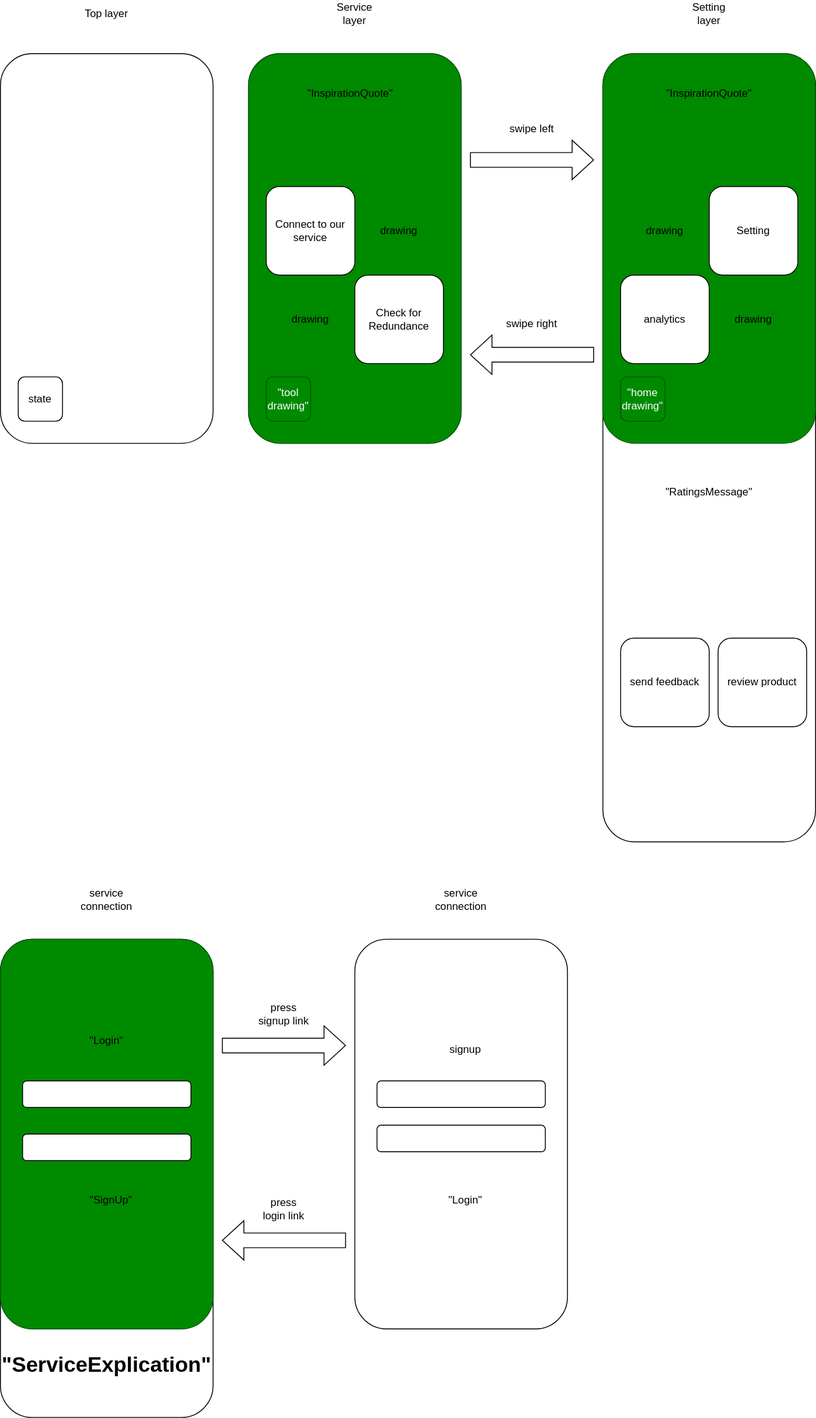
This is RoughDraftFrontend.drawio.svg from MAUI-SI-IOS/Dupe, a draw.io export, as it was before one commit. Source tidied: cells renumbered, new cells last; positions are measured from the earlier drawing's top-left corner, leaving out a move shared by most shapes.
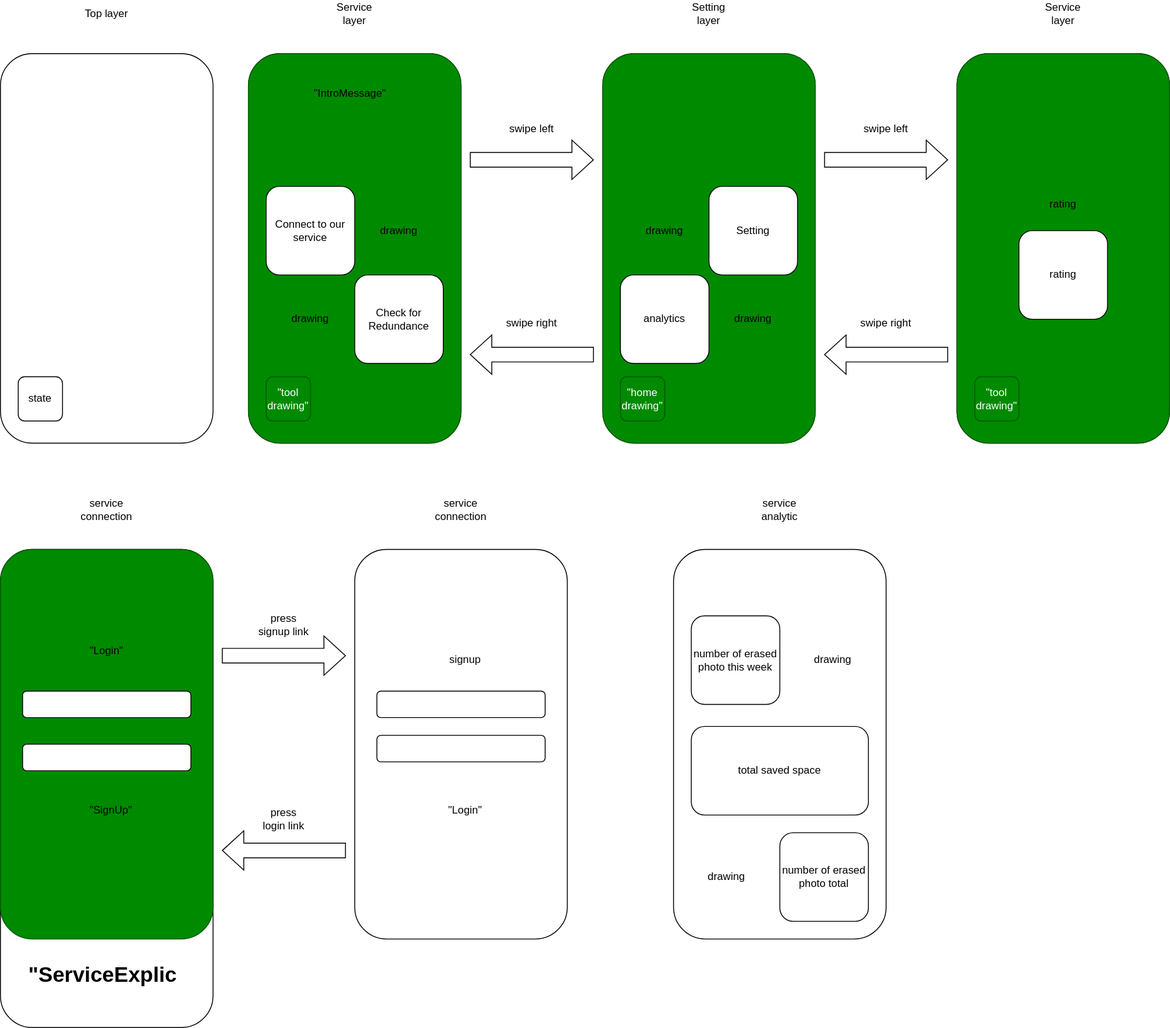
After the change.

What changed in the source:
```diff
@@ -15,7 +15,7 @@
       <mxGeometry x="400" y="310" width="100" height="100" as="geometry" />
     </mxCell>
     <mxCell id="6" style="rounded=1;whiteSpace=wrap;html=1;" parent="1" vertex="1">
-      <mxGeometry x="680" y="60" width="240" height="890" as="geometry" />
+      <mxGeometry x="680" y="60" width="240" height="440" as="geometry" />
     </mxCell>
     <mxCell id="7" style="rounded=1;whiteSpace=wrap;html=1;fillColor=#008a00;fontColor=#ffffff;strokeColor=#005700;" parent="1" vertex="1">
       <mxGeometry x="680" y="60" width="240" height="440" as="geometry" />
@@ -23,10 +23,7 @@
     <mxCell id="8" value="Setting" style="rounded=1;whiteSpace=wrap;html=1;" parent="1" vertex="1">
       <mxGeometry x="800" y="210" width="100" height="100" as="geometry" />
     </mxCell>
-    <mxCell id="9" value="review product" style="rounded=1;whiteSpace=wrap;html=1;" parent="1" vertex="1">
-      <mxGeometry x="810" y="720" width="100" height="100" as="geometry" />
-    </mxCell>
-    <mxCell id="10" value="&quot;InspirationQuote&quot;" style="text;html=1;whiteSpace=wrap;strokeColor=none;fillColor=none;align=center;verticalAlign=middle;rounded=0;" parent="1" vertex="1">
+    <mxCell id="10" value="&quot;IntroMessage&quot;" style="text;html=1;whiteSpace=wrap;strokeColor=none;fillColor=none;align=center;verticalAlign=middle;rounded=0;" parent="1" vertex="1">
       <mxGeometry x="300" y="90" width="190" height="30" as="geometry" />
     </mxCell>
     <mxCell id="11" value="Service layer" style="text;html=1;whiteSpace=wrap;strokeColor=none;fillColor=none;align=center;verticalAlign=middle;rounded=0;" parent="1" vertex="1">
@@ -35,9 +32,6 @@
     <mxCell id="12" value="Setting layer" style="text;html=1;whiteSpace=wrap;strokeColor=none;fillColor=none;align=center;verticalAlign=middle;rounded=0;" parent="1" vertex="1">
       <mxGeometry x="770" width="60" height="30" as="geometry" />
     </mxCell>
-    <mxCell id="13" value="&quot;InspirationQuote&quot;" style="text;html=1;whiteSpace=wrap;strokeColor=none;fillColor=none;align=center;verticalAlign=middle;rounded=0;" parent="1" vertex="1">
-      <mxGeometry x="705" y="90" width="190" height="30" as="geometry" />
-    </mxCell>
     <mxCell id="14" value="drawing" style="text;html=1;whiteSpace=wrap;strokeColor=none;fillColor=none;align=center;verticalAlign=middle;rounded=0;" parent="1" vertex="1">
       <mxGeometry x="720" y="245" width="60" height="30" as="geometry" />
     </mxCell>
@@ -84,76 +78,127 @@
       <mxGeometry x="570" y="350" width="60" height="30" as="geometry" />
     </mxCell>
     <mxCell id="27" style="rounded=1;whiteSpace=wrap;html=1;" parent="1" vertex="1">
-      <mxGeometry y="1060" width="240" height="540" as="geometry" />
+      <mxGeometry y="620" width="240" height="540" as="geometry" />
     </mxCell>
     <mxCell id="28" value="service connection" style="text;html=1;whiteSpace=wrap;strokeColor=none;fillColor=none;align=center;verticalAlign=middle;rounded=0;" parent="1" vertex="1">
-      <mxGeometry x="90" y="1000" width="60" height="30" as="geometry" />
+      <mxGeometry x="90" y="560" width="60" height="30" as="geometry" />
     </mxCell>
     <mxCell id="29" value="&quot;Login&quot;" style="text;html=1;whiteSpace=wrap;strokeColor=none;fillColor=none;align=center;verticalAlign=middle;rounded=0;" parent="1" vertex="1">
-      <mxGeometry x="30" y="1170" width="190" height="30" as="geometry" />
+      <mxGeometry x="30" y="730" width="190" height="30" as="geometry" />
     </mxCell>
     <mxCell id="30" style="rounded=1;whiteSpace=wrap;html=1;fillColor=#008a00;fontColor=#ffffff;strokeColor=#005700;" parent="1" vertex="1">
-      <mxGeometry y="1060" width="240" height="440" as="geometry" />
+      <mxGeometry y="620" width="240" height="440" as="geometry" />
     </mxCell>
     <mxCell id="31" style="rounded=1;whiteSpace=wrap;html=1;" parent="1" vertex="1">
-      <mxGeometry x="25" y="1220" width="190" height="30" as="geometry" />
+      <mxGeometry x="25" y="780" width="190" height="30" as="geometry" />
     </mxCell>
     <mxCell id="32" style="rounded=1;whiteSpace=wrap;html=1;" parent="1" vertex="1">
-      <mxGeometry x="25" y="1280" width="190" height="30" as="geometry" />
+      <mxGeometry x="25" y="840" width="190" height="30" as="geometry" />
     </mxCell>
     <mxCell id="33" value="&quot;SignUp&quot;" style="text;html=1;whiteSpace=wrap;strokeColor=none;fillColor=none;align=center;verticalAlign=middle;rounded=0;" parent="1" vertex="1">
-      <mxGeometry x="30" y="1340" width="190" height="30" as="geometry" />
+      <mxGeometry x="30" y="900" width="190" height="30" as="geometry" />
     </mxCell>
     <mxCell id="34" style="rounded=1;whiteSpace=wrap;html=1;" parent="1" vertex="1">
-      <mxGeometry x="400" y="1060" width="240" height="440" as="geometry" />
+      <mxGeometry x="400" y="620" width="240" height="440" as="geometry" />
     </mxCell>
     <mxCell id="35" value="service connection" style="text;html=1;whiteSpace=wrap;strokeColor=none;fillColor=none;align=center;verticalAlign=middle;rounded=0;" parent="1" vertex="1">
-      <mxGeometry x="490" y="1000" width="60" height="30" as="geometry" />
+      <mxGeometry x="490" y="560" width="60" height="30" as="geometry" />
     </mxCell>
     <mxCell id="36" value="signup" style="text;html=1;whiteSpace=wrap;strokeColor=none;fillColor=none;align=center;verticalAlign=middle;rounded=0;" parent="1" vertex="1">
-      <mxGeometry x="430" y="1170" width="190" height="30" as="geometry" />
+      <mxGeometry x="430" y="730" width="190" height="30" as="geometry" />
     </mxCell>
     <mxCell id="37" style="rounded=1;whiteSpace=wrap;html=1;" parent="1" vertex="1">
-      <mxGeometry x="425" y="1220" width="190" height="30" as="geometry" />
+      <mxGeometry x="425" y="780" width="190" height="30" as="geometry" />
     </mxCell>
     <mxCell id="38" style="rounded=1;whiteSpace=wrap;html=1;" parent="1" vertex="1">
-      <mxGeometry x="425" y="1270" width="190" height="30" as="geometry" />
+      <mxGeometry x="425" y="830" width="190" height="30" as="geometry" />
     </mxCell>
     <mxCell id="39" value="&quot;Login&quot;" style="text;html=1;whiteSpace=wrap;strokeColor=none;fillColor=none;align=center;verticalAlign=middle;rounded=0;" parent="1" vertex="1">
-      <mxGeometry x="430" y="1340" width="190" height="30" as="geometry" />
+      <mxGeometry x="430" y="900" width="190" height="30" as="geometry" />
     </mxCell>
     <mxCell id="40" value="&quot;Login&quot;" style="text;html=1;whiteSpace=wrap;strokeColor=none;fillColor=none;align=center;verticalAlign=middle;rounded=0;" parent="1" vertex="1">
-      <mxGeometry x="90" y="1160" width="60" height="30" as="geometry" />
+      <mxGeometry x="90" y="720" width="60" height="30" as="geometry" />
     </mxCell>
     <mxCell id="41" value="&lt;h1 style=&quot;margin-top: 0px;&quot;&gt;&quot;ServiceExplication&quot;&lt;/h1&gt;&lt;p&gt;&lt;br&gt;&lt;/p&gt;" style="text;html=1;whiteSpace=wrap;overflow=hidden;rounded=0;" parent="1" vertex="1">
-      <mxGeometry y="1520" width="240" height="40" as="geometry" />
+      <mxGeometry x="30" y="1080" width="170" height="40" as="geometry" />
     </mxCell>
     <mxCell id="42" style="shape=flexArrow;endArrow=classic;html=1;rounded=0;endWidth=26.857142857142858;endSize=7.76;width=16.571428571428573;" parent="1" edge="1">
       <mxGeometry relative="1" as="geometry">
-        <mxPoint x="250" y="1180" as="sourcePoint" />
-        <mxPoint x="390" y="1180" as="targetPoint" />
+        <mxPoint x="250" y="740" as="sourcePoint" />
+        <mxPoint x="390" y="740" as="targetPoint" />
       </mxGeometry>
     </mxCell>
     <mxCell id="43" style="shape=flexArrow;endArrow=classic;html=1;rounded=0;endWidth=26.857142857142858;endSize=7.76;width=16.571428571428573;" parent="1" edge="1">
       <mxGeometry relative="1" as="geometry">
-        <mxPoint x="390" y="1400" as="sourcePoint" />
-        <mxPoint x="250" y="1400" as="targetPoint" />
+        <mxPoint x="390" y="960" as="sourcePoint" />
+        <mxPoint x="250" y="960" as="targetPoint" />
       </mxGeometry>
     </mxCell>
     <mxCell id="44" value="press signup link" style="text;html=1;whiteSpace=wrap;strokeColor=none;fillColor=none;align=center;verticalAlign=middle;rounded=0;" parent="1" vertex="1">
-      <mxGeometry x="290" y="1130" width="60" height="30" as="geometry" />
+      <mxGeometry x="290" y="690" width="60" height="30" as="geometry" />
     </mxCell>
     <mxCell id="45" value="press login link" style="text;html=1;whiteSpace=wrap;strokeColor=none;fillColor=none;align=center;verticalAlign=middle;rounded=0;" parent="1" vertex="1">
-      <mxGeometry x="290" y="1350" width="60" height="30" as="geometry" />
+      <mxGeometry x="290" y="910" width="60" height="30" as="geometry" />
     </mxCell>
     <mxCell id="46" value="analytics" style="rounded=1;whiteSpace=wrap;html=1;" parent="1" vertex="1">
       <mxGeometry x="700" y="310" width="100" height="100" as="geometry" />
     </mxCell>
-    <mxCell id="47" value="send feedback" style="rounded=1;whiteSpace=wrap;html=1;" parent="1" vertex="1">
-      <mxGeometry x="700" y="720" width="100" height="100" as="geometry" />
-    </mxCell>
-    <mxCell id="48" value="&quot;RatingsMessage&quot;" style="text;html=1;whiteSpace=wrap;strokeColor=none;fillColor=none;align=center;verticalAlign=middle;rounded=0;" parent="1" vertex="1">
-      <mxGeometry x="705" y="540" width="190" height="30" as="geometry" />
-    </mxCell>
+    <mxCell id="49" style="rounded=1;whiteSpace=wrap;html=1;" parent="1" vertex="1">
+      <mxGeometry x="1080" y="60" width="240" height="440" as="geometry" />
+    </mxCell>
+    <mxCell id="50" style="rounded=1;whiteSpace=wrap;html=1;fillColor=#008a00;fontColor=#ffffff;strokeColor=#005700;" parent="1" vertex="1">
+      <mxGeometry x="1080" y="60" width="240" height="440" as="geometry" />
+    </mxCell>
+    <mxCell id="51" value="rating" style="rounded=1;whiteSpace=wrap;html=1;" parent="1" vertex="1">
+      <mxGeometry x="1150" y="260" width="100" height="100" as="geometry" />
+    </mxCell>
+    <mxCell id="52" value="rating" style="text;html=1;whiteSpace=wrap;strokeColor=none;fillColor=none;align=center;verticalAlign=middle;rounded=0;" parent="1" vertex="1">
+      <mxGeometry x="1105" y="215" width="190" height="30" as="geometry" />
+    </mxCell>
+    <mxCell id="53" value="Service layer" style="text;html=1;whiteSpace=wrap;strokeColor=none;fillColor=none;align=center;verticalAlign=middle;rounded=0;" parent="1" vertex="1">
+      <mxGeometry x="1170" width="60" height="30" as="geometry" />
+    </mxCell>
+    <mxCell id="54" value="&quot;tool drawing&quot;" style="rounded=1;whiteSpace=wrap;html=1;fillColor=#008a00;fontColor=#ffffff;strokeColor=light-dark(#005700,#FFFFFF);" parent="1" vertex="1">
+      <mxGeometry x="1100" y="425" width="50" height="50" as="geometry" />
+    </mxCell>
+    <mxCell id="55" style="shape=flexArrow;endArrow=classic;html=1;rounded=0;endWidth=26.857142857142858;endSize=7.76;width=16.571428571428573;" parent="1" edge="1">
+      <mxGeometry relative="1" as="geometry">
+        <mxPoint x="930" y="180" as="sourcePoint" />
+        <mxPoint x="1070" y="180" as="targetPoint" />
+      </mxGeometry>
+    </mxCell>
+    <mxCell id="56" style="shape=flexArrow;endArrow=classic;html=1;rounded=0;endWidth=26.857142857142858;endSize=7.76;width=16.571428571428573;" parent="1" edge="1">
+      <mxGeometry relative="1" as="geometry">
+        <mxPoint x="1070" y="400" as="sourcePoint" />
+        <mxPoint x="930" y="400" as="targetPoint" />
+      </mxGeometry>
+    </mxCell>
+    <mxCell id="57" value="swipe left" style="text;html=1;whiteSpace=wrap;strokeColor=none;fillColor=none;align=center;verticalAlign=middle;rounded=0;" parent="1" vertex="1">
+      <mxGeometry x="970" y="130" width="60" height="30" as="geometry" />
+    </mxCell>
+    <mxCell id="58" value="swipe right" style="text;html=1;whiteSpace=wrap;strokeColor=none;fillColor=none;align=center;verticalAlign=middle;rounded=0;" parent="1" vertex="1">
+      <mxGeometry x="970" y="350" width="60" height="30" as="geometry" />
+    </mxCell>
+    <mxCell id="59" style="rounded=1;whiteSpace=wrap;html=1;" parent="1" vertex="1">
+      <mxGeometry x="760" y="620" width="240" height="440" as="geometry" />
+    </mxCell>
+    <mxCell id="60" value="service analytic" style="text;html=1;whiteSpace=wrap;strokeColor=none;fillColor=none;align=center;verticalAlign=middle;rounded=0;" parent="1" vertex="1">
+      <mxGeometry x="850" y="560" width="60" height="30" as="geometry" />
+    </mxCell>
+    <mxCell id="61" value="number of erased photo this week" style="rounded=1;whiteSpace=wrap;html=1;" parent="1" vertex="1">
+      <mxGeometry x="780" y="695" width="100" height="100" as="geometry" />
+    </mxCell>
+    <mxCell id="62" value="total saved space" style="rounded=1;whiteSpace=wrap;html=1;" parent="1" vertex="1">
+      <mxGeometry x="780" y="820" width="200" height="100" as="geometry" />
+    </mxCell>
+    <mxCell id="63" value="drawing" style="text;html=1;whiteSpace=wrap;strokeColor=none;fillColor=none;align=center;verticalAlign=middle;rounded=0;" parent="1" vertex="1">
+      <mxGeometry x="910" y="730" width="60" height="30" as="geometry" />
+    </mxCell>
+    <mxCell id="64" value="number of erased photo total" style="rounded=1;whiteSpace=wrap;html=1;" parent="1" vertex="1">
+      <mxGeometry x="880" y="940" width="100" height="100" as="geometry" />
+    </mxCell>
+    <mxCell id="65" value="drawing" style="text;html=1;whiteSpace=wrap;strokeColor=none;fillColor=none;align=center;verticalAlign=middle;rounded=0;" parent="1" vertex="1">
+      <mxGeometry x="790" y="975" width="60" height="30" as="geometry" />
+    </mxCell>
   </root>
 </mxGraphModel>
```
